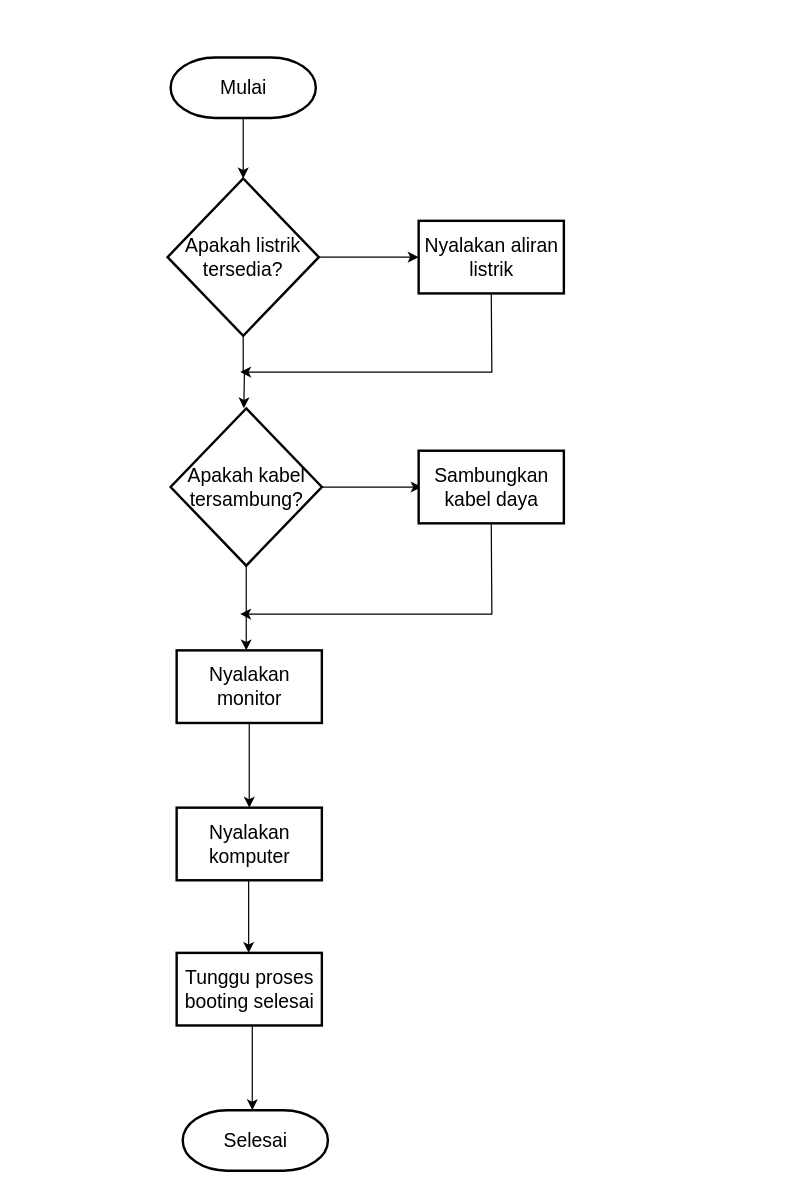
HarisHerdiansyah/tugas-alprog keeps this draw.io diagram as tugas-001/penggunaan_komputer_di_lab.drawio. Above is the earlier version. Source tidied: cells renumbered, new cells numbered last; positions are measured from the earlier drawing's top-left corner, leaving out a move shared by most shapes. Both pictures are drawn from the tidied source at 121%, with x=0, y=0 at pixel (167, 57).
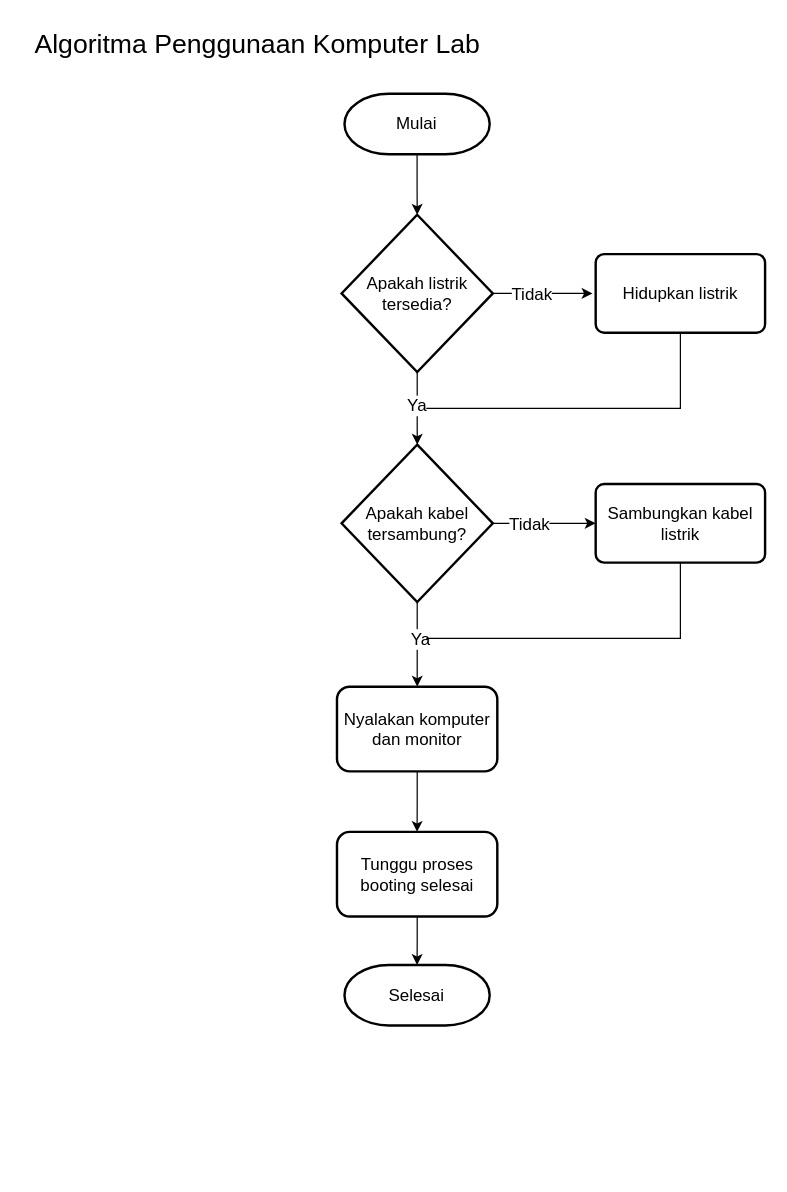
The same page after the edit.

The edit, as a diff of the source:
```diff
@@
-    <mxCell id="3" value="&lt;font style=&quot;font-size: 16px;&quot;&gt;Mulai&lt;/font&gt;" style="strokeWidth=2;html=1;shape=mxgraph.flowchart.terminator;whiteSpace=wrap;" parent="1" vertex="1">
-      <mxGeometry x="2.5" width="120" height="50" as="geometry" />
+    <mxCell id="3" value="&lt;font style=&quot;font-size: 14px;&quot;&gt;Mulai&lt;/font&gt;" style="strokeWidth=2;html=1;shape=mxgraph.flowchart.terminator;whiteSpace=wrap;" parent="1" vertex="1">
+      <mxGeometry x="146.2" y="30" width="120" height="50" as="geometry" />
     </mxCell>
-    <mxCell id="4" style="edgeStyle=orthogonalEdgeStyle;rounded=0;jettySize=auto;html=1;" parent="1" edge="1" source="6" target="7">
-      <mxGeometry relative="1" as="geometry" />
+    <mxCell id="4" style="edgeStyle=orthogonalEdgeStyle;rounded=0;jettySize=auto;html=1;" parent="1" edge="1" source="6">
+      <mxGeometry relative="1" as="geometry">
+        <mxPoint x="351.2" y="195" as="targetPoint" />
+      </mxGeometry>
     </mxCell>
-    <mxCell id="5" style="edgeStyle=orthogonalEdgeStyle;rounded=0;jettySize=auto;html=1;" parent="1" edge="1" source="6">
-      <mxGeometry relative="1" as="geometry">
-        <mxPoint x="63" y="290" as="targetPoint" />
-      </mxGeometry>
-    </mxCell>
+    <mxCell id="21" value="&lt;font style=&quot;font-size: 14px;&quot;&gt;Tidak&lt;/font&gt;" style="edgeLabel;html=1;align=center;verticalAlign=middle;" parent="4" vertex="1">
+      <mxGeometry x="-0.23" relative="1" as="geometry" />
+    </mxCell>
+    <mxCell id="22" style="edgeStyle=orthogonalEdgeStyle;rounded=0;jettySize=auto;html=1;" parent="1" edge="1" source="6" target="9">
+      <mxGeometry relative="1" as="geometry" />
+    </mxCell>
+    <mxCell id="23" value="&lt;font style=&quot;font-size: 14px;&quot;&gt;Ya&lt;/font&gt;" style="edgeLabel;html=1;align=center;verticalAlign=middle;" parent="22" vertex="1">
+      <mxGeometry x="-0.11" y="-1" relative="1" as="geometry" />
+    </mxCell>
-    <mxCell id="6" value="&lt;font style=&quot;font-size: 16px;&quot;&gt;Apakah listrik tersedia?&lt;/font&gt;" style="rhombus;whiteSpace=wrap;html=1;strokeWidth=2;" parent="1" vertex="1">
-      <mxGeometry y="100" width="125" height="130" as="geometry" />
+    <mxCell id="6" value="&lt;font style=&quot;font-size: 14px;&quot;&gt;Apakah listrik tersedia?&lt;/font&gt;" style="rhombus;whiteSpace=wrap;html=1;strokeWidth=2;" parent="1" vertex="1">
+      <mxGeometry x="143.8" y="130" width="125" height="130" as="geometry" />
     </mxCell>
-    <mxCell id="7" value="&lt;font style=&quot;font-size: 16px;&quot;&gt;Nyalakan aliran listrik&lt;/font&gt;" style="whiteSpace=wrap;html=1;strokeWidth=2;" parent="1" vertex="1">
-      <mxGeometry x="207.5" y="135" width="120" height="60" as="geometry" />
-    </mxCell>
-    <mxCell id="8" style="edgeStyle=orthogonalEdgeStyle;rounded=0;jettySize=auto;html=1;" parent="1" edge="1" source="9">
-      <mxGeometry relative="1" as="geometry">
-        <mxPoint x="65" y="490" as="targetPoint" />
-      </mxGeometry>
-    </mxCell>
+    <mxCell id="24" style="edgeStyle=orthogonalEdgeStyle;rounded=0;jettySize=auto;html=1;" parent="1" edge="1" source="9" target="31">
+      <mxGeometry relative="1" as="geometry" />
+    </mxCell>
+    <mxCell id="25" value="&lt;font style=&quot;font-size: 14px;&quot;&gt;Ya&lt;/font&gt;" style="edgeLabel;html=1;align=center;verticalAlign=middle;" parent="24" vertex="1">
+      <mxGeometry x="-0.15" y="2" relative="1" as="geometry" />
+    </mxCell>
-    <mxCell id="9" value="&lt;span style=&quot;font-size: 16px;&quot;&gt;Apakah kabel tersambung?&lt;/span&gt;" style="rhombus;whiteSpace=wrap;html=1;strokeWidth=2;" parent="1" vertex="1">
-      <mxGeometry x="2.5" y="290" width="125" height="130" as="geometry" />
+    <mxCell id="9" value="&lt;font style=&quot;font-size: 14px;&quot;&gt;Apakah kabel tersambung?&lt;/font&gt;" style="rhombus;whiteSpace=wrap;html=1;strokeWidth=2;" parent="1" vertex="1">
+      <mxGeometry x="143.8" y="320" width="125" height="130" as="geometry" />
     </mxCell>
-    <mxCell id="10" style="endArrow=classic;html=1;rounded=0;exitX=0.5;exitY=1;exitDx=0;exitDy=0;" parent="1" edge="1" source="7">
-      <mxGeometry relative="1" as="geometry">
-        <mxPoint x="60" y="260" as="targetPoint" />
-        <Array as="points">
-          <mxPoint x="268" y="260" />
-        </Array>
-      </mxGeometry>
-    </mxCell>
     <mxCell id="11" style="edgeStyle=orthogonalEdgeStyle;rounded=0;jettySize=auto;html=1;exitX=1;exitY=0.5;exitDx=0;exitDy=0;" parent="1" edge="1" source="9">
       <mxGeometry relative="1" as="geometry">
-        <mxPoint x="210" y="355" as="targetPoint" />
+        <mxPoint x="353.8" y="385" as="targetPoint" />
       </mxGeometry>
     </mxCell>
-    <mxCell id="12" value="&lt;span style=&quot;font-size: 16px;&quot;&gt;Sambungkan kabel daya&lt;/span&gt;" style="whiteSpace=wrap;html=1;strokeWidth=2;" parent="1" vertex="1">
-      <mxGeometry x="207.5" y="325" width="120" height="60" as="geometry" />
-    </mxCell>
-    <mxCell id="13" style="edgeStyle=orthogonalEdgeStyle;rounded=0;jettySize=auto;html=1;entryX=0.5;entryY=0;entryDx=0;entryDy=0;" parent="1" edge="1" source="14" target="16">
-      <mxGeometry relative="1" as="geometry" />
-    </mxCell>
-    <mxCell id="14" value="&lt;font style=&quot;font-size: 16px;&quot;&gt;Nyalakan monitor&lt;/font&gt;" style="whiteSpace=wrap;html=1;strokeWidth=2;" parent="1" vertex="1">
-      <mxGeometry x="7.5" y="490" width="120" height="60" as="geometry" />
-    </mxCell>
-    <mxCell id="15" style="edgeStyle=orthogonalEdgeStyle;rounded=0;jettySize=auto;html=1;" parent="1" edge="1" source="16">
-      <mxGeometry relative="1" as="geometry">
-        <mxPoint x="67" y="740" as="targetPoint" />
-      </mxGeometry>
-    </mxCell>
-    <mxCell id="16" value="Nyalakan komputer" style="whiteSpace=wrap;html=1;strokeWidth=2;fontSize=16;" parent="1" vertex="1">
-      <mxGeometry x="7.5" y="620" width="120" height="60" as="geometry" />
-    </mxCell>
+    <mxCell id="26" value="&lt;font style=&quot;font-size: 14px;&quot;&gt;Tidak&lt;/font&gt;" style="edgeLabel;html=1;align=center;verticalAlign=middle;" parent="11" vertex="1">
+      <mxGeometry x="-0.3" relative="1" as="geometry" />
+    </mxCell>
+    <mxCell id="27" value="&lt;font style=&quot;font-size: 14px;&quot;&gt;Hidupkan listrik&lt;/font&gt;" style="rounded=1;whiteSpace=wrap;html=1;absoluteArcSize=1;arcSize=14;strokeWidth=2;" parent="1" vertex="1">
+      <mxGeometry x="353.8" y="162.5" width="140" height="65" as="geometry" />
+    </mxCell>
+    <mxCell id="28" value="&lt;span style=&quot;font-size: 14px;&quot;&gt;Sambungkan kabel listrik&lt;/span&gt;" style="rounded=1;whiteSpace=wrap;html=1;absoluteArcSize=1;arcSize=14;strokeWidth=2;" parent="1" vertex="1">
+      <mxGeometry x="353.8" y="352.5" width="140" height="65" as="geometry" />
+    </mxCell>
+    <mxCell id="29" style="endArrow=none;html=1;rounded=0;exitX=0.5;exitY=1;exitDx=0;exitDy=0;" parent="1" edge="1" source="27">
+      <mxGeometry relative="1" as="geometry">
+        <mxPoint x="213.8" y="290" as="targetPoint" />
+        <Array as="points">
+          <mxPoint x="423.8" y="290" />
+        </Array>
+      </mxGeometry>
+    </mxCell>
+    <mxCell id="30" style="edgeStyle=orthogonalEdgeStyle;rounded=0;jettySize=auto;html=1;" parent="1" edge="1" source="31">
+      <mxGeometry relative="1" as="geometry">
+        <mxPoint x="206.2" y="640" as="targetPoint" />
+      </mxGeometry>
+    </mxCell>
+    <mxCell id="31" value="&lt;span style=&quot;font-size: 14px;&quot;&gt;Nyalakan komputer dan monitor&lt;/span&gt;" style="rounded=1;whiteSpace=wrap;html=1;strokeWidth=2;" parent="1" vertex="1">
+      <mxGeometry x="140" y="520" width="132.5" height="70" as="geometry" />
+    </mxCell>
+    <mxCell id="32" style="endArrow=none;html=1;rounded=0;exitX=0.5;exitY=1;exitDx=0;exitDy=0;" parent="1" edge="1" source="28">
+      <mxGeometry relative="1" as="geometry">
+        <mxPoint x="213.8" y="480" as="targetPoint" />
+        <Array as="points">
+          <mxPoint x="423.8" y="480" />
+        </Array>
+      </mxGeometry>
+    </mxCell>
+    <mxCell id="33" style="edgeStyle=orthogonalEdgeStyle;rounded=0;jettySize=auto;html=1;" parent="1" edge="1" source="17" target="18">
+      <mxGeometry relative="1" as="geometry" />
+    </mxCell>
-    <mxCell id="17" value="Tunggu proses booting selesai" style="whiteSpace=wrap;html=1;fontSize=16;strokeWidth=2;" parent="1" vertex="1">
-      <mxGeometry x="7.5" y="740" width="120" height="60" as="geometry" />
+    <mxCell id="17" value="&lt;span style=&quot;font-size: 14px;&quot;&gt;Tunggu proses booting selesai&lt;/span&gt;" style="rounded=1;whiteSpace=wrap;html=1;strokeWidth=2;" parent="1" vertex="1">
+      <mxGeometry x="140" y="640" width="132.5" height="70" as="geometry" />
     </mxCell>
-    <mxCell id="18" value="&lt;font style=&quot;font-size: 16px;&quot;&gt;Selesai&lt;/font&gt;" style="strokeWidth=2;html=1;shape=mxgraph.flowchart.terminator;whiteSpace=wrap;" parent="1" vertex="1">
-      <mxGeometry x="12.5" y="870" width="120" height="50" as="geometry" />
+    <mxCell id="18" value="&lt;font style=&quot;font-size: 14px;&quot;&gt;Selesai&lt;/font&gt;" style="strokeWidth=2;html=1;shape=mxgraph.flowchart.terminator;whiteSpace=wrap;" parent="1" vertex="1">
+      <mxGeometry x="146.2" y="750" width="120" height="50" as="geometry" />
     </mxCell>
-    <mxCell id="19" style="edgeStyle=orthogonalEdgeStyle;rounded=0;orthogonalLoop=1;jettySize=auto;html=1;" parent="1" edge="1">
-      <mxGeometry relative="1" as="geometry">
-        <mxPoint x="70" y="800" as="sourcePoint" />
-        <mxPoint x="70" y="870" as="targetPoint" />
-      </mxGeometry>
-    </mxCell>
-    <mxCell id="20" style="endArrow=classic;html=1;rounded=0;exitX=0.5;exitY=1;exitDx=0;exitDy=0;" parent="1" edge="1" source="12">
-      <mxGeometry relative="1" as="geometry">
-        <mxPoint x="60" y="460" as="targetPoint" />
-        <Array as="points">
-          <mxPoint x="268" y="460" />
-        </Array>
-      </mxGeometry>
-    </mxCell>
+    <mxCell id="34" value="&lt;font style=&quot;font-size: 22px;&quot;&gt;Algoritma Penggunaan Komputer Lab&lt;/font&gt;" style="text;html=1;align=center;verticalAlign=middle;strokeColor=none;fillColor=none;" parent="1" vertex="1">
+      <mxGeometry x="-121.2" y="-30" width="390" height="40" as="geometry" />
+    </mxCell>
```
